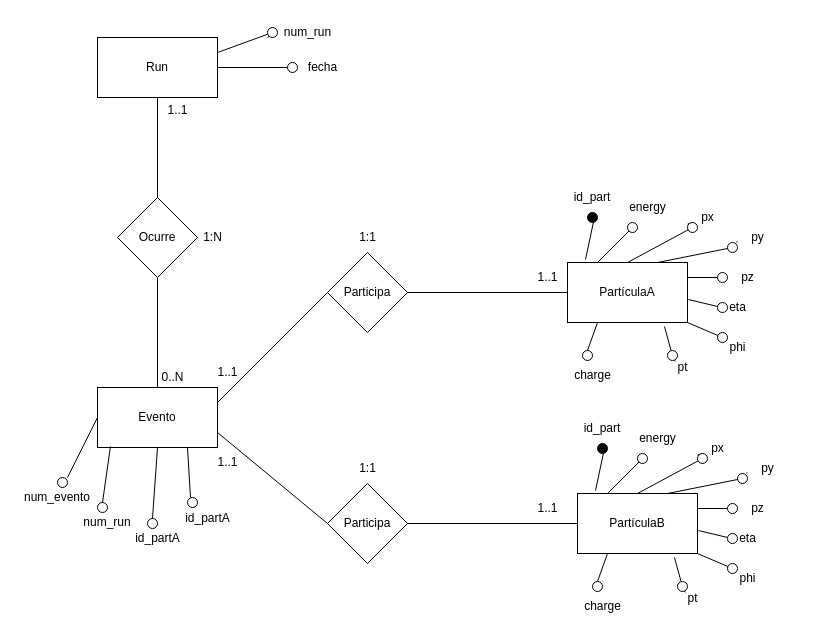
This is data/Modelo ER.drawio from ivanalonsom/Proyecto_Final_IronHack, a draw.io file, before an edit. Source tidied: cells renumbered, new cells numbered last; positions are measured from the earlier drawing's top-left corner, leaving out a move shared by most shapes. Both pictures are drawn from the tidied source at 100%, with x=0, y=0 at pixel (27, 17).
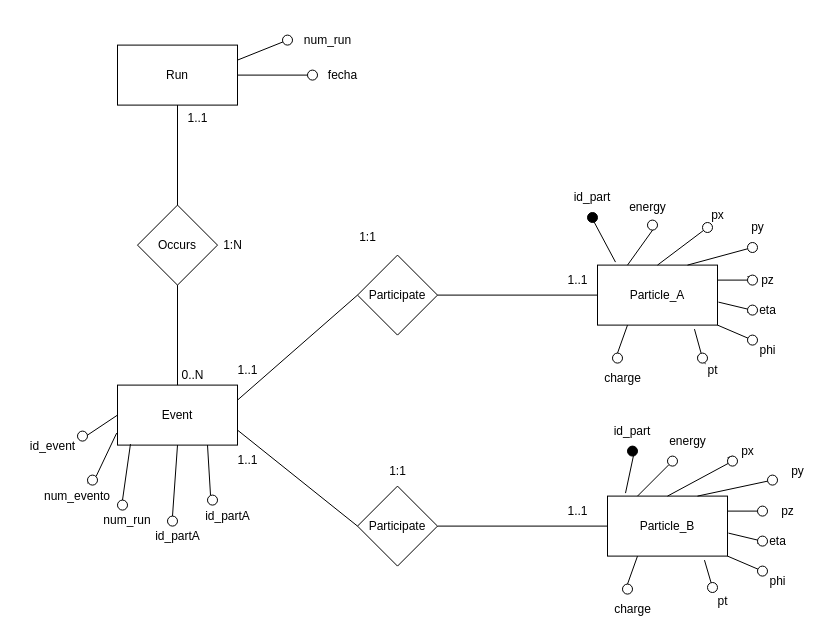
Above is the later version.

Change to the diagram source:
```diff
@@
     <mxCell id="2" value="Run" style="rounded=0;whiteSpace=wrap;html=1;" parent="1" vertex="1">
-      <mxGeometry x="70" y="20" width="120" height="60" as="geometry" />
+      <mxGeometry x="90" y="27.6" width="120" height="60" as="geometry" />
     </mxCell>
-    <mxCell id="3" value="Ocurre" style="rhombus;whiteSpace=wrap;html=1;" parent="1" vertex="1">
-      <mxGeometry x="90" y="180" width="80" height="80" as="geometry" />
+    <mxCell id="3" value="Occurs" style="rhombus;whiteSpace=wrap;html=1;" parent="1" vertex="1">
+      <mxGeometry x="110" y="187.6" width="80" height="80" as="geometry" />
     </mxCell>
-    <mxCell id="4" value="Evento" style="rounded=0;whiteSpace=wrap;html=1;" parent="1" vertex="1">
-      <mxGeometry x="70" y="370" width="120" height="60" as="geometry" />
+    <mxCell id="4" value="Event" style="rounded=0;whiteSpace=wrap;html=1;" parent="1" vertex="1">
+      <mxGeometry x="90" y="367.6" width="120" height="60" as="geometry" />
     </mxCell>
@@
-    <mxCell id="8" value="Participa" style="rhombus;whiteSpace=wrap;html=1;rotation=0;" parent="1" vertex="1">
-      <mxGeometry x="300" y="235" width="80" height="80" as="geometry" />
+    <mxCell id="8" value="Participate" style="rhombus;whiteSpace=wrap;html=1;rotation=0;" parent="1" vertex="1">
+      <mxGeometry x="330" y="237.6" width="80" height="80" as="geometry" />
     </mxCell>
@@
-    <mxCell id="10" value="Participa" style="rhombus;whiteSpace=wrap;html=1;rotation=0;" parent="1" vertex="1">
-      <mxGeometry x="300" y="466" width="80" height="80" as="geometry" />
+    <mxCell id="10" value="Participate" style="rhombus;whiteSpace=wrap;html=1;rotation=0;" parent="1" vertex="1">
+      <mxGeometry x="330" y="468.6" width="80" height="80" as="geometry" />
     </mxCell>
-    <mxCell id="11" value="PartículaA" style="rounded=0;whiteSpace=wrap;html=1;" parent="1" vertex="1">
-      <mxGeometry x="540" y="245" width="120" height="60" as="geometry" />
+    <mxCell id="11" value="Particle_A" style="rounded=0;whiteSpace=wrap;html=1;" parent="1" vertex="1">
+      <mxGeometry x="570" y="247.6" width="120" height="60" as="geometry" />
     </mxCell>
@@
     <mxCell id="14" value="0..N" style="text;html=1;align=center;verticalAlign=middle;strokeColor=none;fillColor=none;" parent="1" vertex="1">
-      <mxGeometry x="120" y="345" width="50" height="30" as="geometry" />
+      <mxGeometry x="140" y="342.6" width="50" height="30" as="geometry" />
     </mxCell>
     <mxCell id="15" value="1..1" style="text;html=1;align=center;verticalAlign=middle;strokeColor=none;fillColor=none;" parent="1" vertex="1">
-      <mxGeometry x="130" y="78" width="40" height="30" as="geometry" />
+      <mxGeometry x="150" y="85.6" width="40" height="30" as="geometry" />
     </mxCell>
     <mxCell id="16" value="1:N" style="text;html=1;align=center;verticalAlign=middle;strokeColor=none;fillColor=none;" parent="1" vertex="1">
-      <mxGeometry x="165" y="205" width="40" height="30" as="geometry" />
+      <mxGeometry x="185" y="212.6" width="40" height="30" as="geometry" />
     </mxCell>
     <mxCell id="17" value="1..1" style="text;html=1;align=center;verticalAlign=middle;strokeColor=none;fillColor=none;" parent="1" vertex="1">
-      <mxGeometry x="500" y="245" width="40" height="30" as="geometry" />
+      <mxGeometry x="530" y="247.6" width="40" height="30" as="geometry" />
     </mxCell>
     <mxCell id="18" value="1..1" style="text;html=1;align=center;verticalAlign=middle;strokeColor=none;fillColor=none;" parent="1" vertex="1">
-      <mxGeometry x="500" y="476" width="40" height="30" as="geometry" />
+      <mxGeometry x="530" y="478.6" width="40" height="30" as="geometry" />
     </mxCell>
     <mxCell id="19" value="1..1" style="text;html=1;align=center;verticalAlign=middle;strokeColor=none;fillColor=none;" parent="1" vertex="1">
-      <mxGeometry x="180" y="340" width="40" height="30" as="geometry" />
+      <mxGeometry x="200" y="337.6" width="40" height="30" as="geometry" />
     </mxCell>
     <mxCell id="20" value="1..1" style="text;html=1;align=center;verticalAlign=middle;strokeColor=none;fillColor=none;" parent="1" vertex="1">
-      <mxGeometry x="180" y="430" width="40" height="30" as="geometry" />
+      <mxGeometry x="200" y="427.6" width="40" height="30" as="geometry" />
     </mxCell>
@@
     <mxCell id="22" value="1:1" style="text;html=1;align=center;verticalAlign=middle;strokeColor=none;fillColor=none;" parent="1" vertex="1">
-      <mxGeometry x="320" y="436" width="40" height="30" as="geometry" />
+      <mxGeometry x="350" y="438.6" width="40" height="30" as="geometry" />
     </mxCell>
-    <mxCell id="23" style="endArrow=none;html=1;rounded=0;exitX=1;exitY=0.25;exitDx=0;exitDy=0;" parent="1" edge="1" source="27">
-      <mxGeometry relative="1" as="geometry">
-        <mxPoint x="240" y="20" as="targetPoint" />
-      </mxGeometry>
-    </mxCell>
     <mxCell id="24" value="num_run" style="text;html=1;align=center;verticalAlign=middle;strokeColor=none;fillColor=none;" parent="1" vertex="1">
-      <mxGeometry x="245" width="70" height="30" as="geometry" />
+      <mxGeometry x="265" y="7.6" width="70" height="30" as="geometry" />
     </mxCell>
     <mxCell id="25" style="ellipse;whiteSpace=wrap;html=1;" parent="1" vertex="1">
-      <mxGeometry x="30" y="460" width="10" height="10" as="geometry" />
+      <mxGeometry x="50" y="413.6" width="10" height="10" as="geometry" />
     </mxCell>
@@
     <mxCell id="27" style="ellipse;whiteSpace=wrap;html=1;fillColor=default;" parent="1" vertex="1">
-      <mxGeometry x="240" y="10" width="10" height="10" as="geometry" />
+      <mxGeometry x="255" y="17.6" width="10" height="10" as="geometry" />
     </mxCell>
     <mxCell id="28" style="endArrow=none;html=1;rounded=0;exitX=0;exitY=0.5;exitDx=0;exitDy=0;" parent="1" edge="1" source="4">
       <mxGeometry relative="1" as="geometry">
-        <mxPoint x="40" y="460" as="targetPoint" />
+        <mxPoint x="60" y="417.6" as="targetPoint" />
       </mxGeometry>
     </mxCell>
     <mxCell id="29" value="num_run" style="text;html=1;align=center;verticalAlign=middle;whiteSpace=wrap;rounded=0;" parent="1" vertex="1">
-      <mxGeometry x="50" y="490" width="60" height="30" as="geometry" />
+      <mxGeometry x="70" y="487.6" width="60" height="30" as="geometry" />
     </mxCell>
     <mxCell id="30" style="endArrow=none;html=1;rounded=0;exitX=1;exitY=0.5;exitDx=0;exitDy=0;" parent="1" edge="1" source="2">
       <mxGeometry relative="1" as="geometry">
-        <mxPoint x="260" y="50" as="targetPoint" />
+        <mxPoint x="280" y="57.6" as="targetPoint" />
       </mxGeometry>
     </mxCell>
     <mxCell id="31" style="ellipse;whiteSpace=wrap;html=1;fillColor=#FFFFFF;" parent="1" vertex="1">
-      <mxGeometry x="260" y="45" width="10" height="10" as="geometry" />
+      <mxGeometry x="280" y="52.6" width="10" height="10" as="geometry" />
     </mxCell>
     <mxCell id="32" value="fecha" style="text;html=1;align=center;verticalAlign=middle;strokeColor=none;fillColor=none;" parent="1" vertex="1">
-      <mxGeometry x="270" y="35" width="50" height="30" as="geometry" />
+      <mxGeometry x="290" y="42.6" width="50" height="30" as="geometry" />
     </mxCell>
@@
     <mxCell id="34" value="num_evento" style="text;html=1;align=center;verticalAlign=middle;whiteSpace=wrap;rounded=0;" parent="1" vertex="1">
-      <mxGeometry y="465" width="60" height="30" as="geometry" />
+      <mxGeometry x="20" y="463.6" width="60" height="30" as="geometry" />
     </mxCell>
     <mxCell id="35" style="ellipse;whiteSpace=wrap;html=1;fillColor=#FFFFFF;" parent="1" vertex="1">
-      <mxGeometry x="70" y="485" width="10" height="10" as="geometry" />
+      <mxGeometry x="90" y="482.6" width="10" height="10" as="geometry" />
     </mxCell>
@@
     <mxCell id="38" value="px" style="text;html=1;align=center;verticalAlign=middle;points=[];strokeColor=none;fillColor=none;" parent="1" vertex="1">
-      <mxGeometry x="660" y="185" width="40" height="30" as="geometry" />
+      <mxGeometry x="670" y="182.6" width="40" height="30" as="geometry" />
     </mxCell>
     <mxCell id="39" value="py" style="text;html=1;align=center;verticalAlign=middle;points=[];strokeColor=none;fillColor=none;" parent="1" vertex="1">
-      <mxGeometry x="710" y="205" width="40" height="30" as="geometry" />
+      <mxGeometry x="710" y="195" width="40" height="30" as="geometry" />
     </mxCell>
     <mxCell id="40" value="pz" style="text;html=1;align=center;verticalAlign=middle;points=[];strokeColor=none;fillColor=none;" parent="1" vertex="1">
-      <mxGeometry x="700" y="245" width="40" height="30" as="geometry" />
+      <mxGeometry x="720" y="247.6" width="40" height="30" as="geometry" />
     </mxCell>
     <mxCell id="41" value="pt" style="text;html=1;align=center;verticalAlign=middle;points=[];strokeColor=none;fillColor=none;" parent="1" vertex="1">
-      <mxGeometry x="640" y="335" width="30" height="30" as="geometry" />
+      <mxGeometry x="670" y="337.6" width="30" height="30" as="geometry" />
     </mxCell>
     <mxCell id="42" value="eta" style="text;html=1;align=center;verticalAlign=middle;points=[];strokeColor=none;fillColor=none;" parent="1" vertex="1">
-      <mxGeometry x="690" y="275" width="40" height="30" as="geometry" />
+      <mxGeometry x="720" y="277.6" width="40" height="30" as="geometry" />
     </mxCell>
     <mxCell id="43" value="phi" style="text;html=1;align=center;verticalAlign=middle;points=[];strokeColor=none;fillColor=none;" parent="1" vertex="1">
-      <mxGeometry x="690" y="315" width="40" height="30" as="geometry" />
+      <mxGeometry x="720" y="317.6" width="40" height="30" as="geometry" />
     </mxCell>
     <mxCell id="44" value="charge" style="text;html=1;align=center;verticalAlign=middle;strokeColor=none;fillColor=none;" parent="1" vertex="1">
-      <mxGeometry x="535" y="343" width="60" height="30" as="geometry" />
+      <mxGeometry x="565" y="345.6" width="60" height="30" as="geometry" />
     </mxCell>
@@
-    <mxCell id="46" style="endArrow=none;html=1;rounded=0;exitX=0.5;exitY=0;exitDx=0;exitDy=0;" parent="1" edge="1" source="58" target="38">
-      <mxGeometry relative="1" as="geometry" />
-    </mxCell>
@@
-    <mxCell id="55" style="endArrow=none;html=1;rounded=0;exitX=0.25;exitY=0;exitDx=0;exitDy=0;" parent="1" edge="1" source="11" target="56">
+    <mxCell id="55" style="endArrow=none;html=1;rounded=0;exitX=0.25;exitY=0;exitDx=0;exitDy=0;entryX=0.608;entryY=0.862;entryDx=0;entryDy=0;entryPerimeter=0;" parent="1" edge="1" source="11" target="56">
       <mxGeometry relative="1" as="geometry" />
     </mxCell>
     <mxCell id="56" style="ellipse;whiteSpace=wrap;html=1;fillColor=#FFFFFF;" parent="1" vertex="1">
-      <mxGeometry x="600" y="205" width="10" height="10" as="geometry" />
+      <mxGeometry x="620" y="202.6" width="10" height="10" as="geometry" />
     </mxCell>
-    <mxCell id="57" style="endArrow=none;html=1;rounded=0;exitX=0.5;exitY=0;exitDx=0;exitDy=0;" parent="1" edge="1" source="11" target="58">
-      <mxGeometry relative="1" as="geometry" />
-    </mxCell>
-    <mxCell id="58" style="ellipse;whiteSpace=wrap;html=1;fillColor=#FFFFFF;" parent="1" vertex="1">
-      <mxGeometry x="660" y="205" width="10" height="10" as="geometry" />
-    </mxCell>
-    <mxCell id="59" style="endArrow=none;html=1;rounded=0;entryX=0.883;entryY=-0.05;entryDx=0;entryDy=0;entryPerimeter=0;" parent="1" edge="1" source="39" target="60">
-      <mxGeometry relative="1" as="geometry" />
-    </mxCell>
     <mxCell id="60" style="ellipse;whiteSpace=wrap;html=1;fillColor=#FFFFFF;" parent="1" vertex="1">
-      <mxGeometry x="700" y="225" width="10" height="10" as="geometry" />
+      <mxGeometry x="720" y="225" width="10" height="10" as="geometry" />
     </mxCell>
@@
     <mxCell id="62" style="ellipse;whiteSpace=wrap;html=1;fillColor=#FFFFFF;" parent="1" vertex="1">
-      <mxGeometry x="690" y="255" width="10" height="10" as="geometry" />
+      <mxGeometry x="720" y="257.6" width="10" height="10" as="geometry" />
     </mxCell>
@@
     <mxCell id="64" style="ellipse;whiteSpace=wrap;html=1;fillColor=#FFFFFF;" parent="1" vertex="1">
-      <mxGeometry x="690" y="285" width="10" height="10" as="geometry" />
+      <mxGeometry x="720" y="287.6" width="10" height="10" as="geometry" />
     </mxCell>
@@
     <mxCell id="66" style="ellipse;whiteSpace=wrap;html=1;fillColor=#FFFFFF;" parent="1" vertex="1">
-      <mxGeometry x="690" y="315" width="10" height="10" as="geometry" />
+      <mxGeometry x="720" y="317.6" width="10" height="10" as="geometry" />
     </mxCell>
@@
     <mxCell id="68" style="ellipse;whiteSpace=wrap;html=1;fillColor=#FFFFFF;" parent="1" vertex="1">
-      <mxGeometry x="640" y="333" width="10" height="10" as="geometry" />
+      <mxGeometry x="670" y="335.6" width="10" height="10" as="geometry" />
     </mxCell>
     <mxCell id="69" style="ellipse;whiteSpace=wrap;html=1;fillColor=#FFFFFF;" parent="1" vertex="1">
-      <mxGeometry x="555" y="333" width="10" height="10" as="geometry" />
+      <mxGeometry x="585" y="335.6" width="10" height="10" as="geometry" />
     </mxCell>
-    <mxCell id="70" value="PartículaB" style="rounded=0;whiteSpace=wrap;html=1;" parent="1" vertex="1">
-      <mxGeometry x="550" y="476" width="120" height="60" as="geometry" />
+    <mxCell id="70" value="Particle_B" style="rounded=0;whiteSpace=wrap;html=1;" parent="1" vertex="1">
+      <mxGeometry x="580" y="478.6" width="120" height="60" as="geometry" />
     </mxCell>
     <mxCell id="71" value="id_part" style="text;html=1;align=center;verticalAlign=middle;whiteSpace=wrap;rounded=0;" parent="1" vertex="1">
-      <mxGeometry x="545" y="396" width="60" height="30" as="geometry" />
+      <mxGeometry x="575" y="398.6" width="60" height="30" as="geometry" />
     </mxCell>
     <mxCell id="72" value="energy" style="text;html=1;align=center;verticalAlign=middle;points=[];strokeColor=none;fillColor=none;" parent="1" vertex="1">
-      <mxGeometry x="600" y="406" width="60" height="30" as="geometry" />
+      <mxGeometry x="630" y="408.6" width="60" height="30" as="geometry" />
     </mxCell>
     <mxCell id="73" value="px" style="text;html=1;align=center;verticalAlign=middle;points=[];strokeColor=none;fillColor=none;" parent="1" vertex="1">
-      <mxGeometry x="670" y="416" width="40" height="30" as="geometry" />
+      <mxGeometry x="700" y="418.6" width="40" height="30" as="geometry" />
     </mxCell>
     <mxCell id="74" value="py" style="text;html=1;align=center;verticalAlign=middle;points=[];strokeColor=none;fillColor=none;" parent="1" vertex="1">
-      <mxGeometry x="720" y="436" width="40" height="30" as="geometry" />
+      <mxGeometry x="750" y="438.6" width="40" height="30" as="geometry" />
     </mxCell>
     <mxCell id="75" value="pz" style="text;html=1;align=center;verticalAlign=middle;points=[];strokeColor=none;fillColor=none;" parent="1" vertex="1">
-      <mxGeometry x="710" y="476" width="40" height="30" as="geometry" />
+      <mxGeometry x="740" y="478.6" width="40" height="30" as="geometry" />
     </mxCell>
     <mxCell id="76" value="pt" style="text;html=1;align=center;verticalAlign=middle;points=[];strokeColor=none;fillColor=none;" parent="1" vertex="1">
-      <mxGeometry x="650" y="566" width="30" height="30" as="geometry" />
+      <mxGeometry x="680" y="568.6" width="30" height="30" as="geometry" />
     </mxCell>
     <mxCell id="77" value="eta" style="text;html=1;align=center;verticalAlign=middle;points=[];strokeColor=none;fillColor=none;" parent="1" vertex="1">
-      <mxGeometry x="700" y="506" width="40" height="30" as="geometry" />
+      <mxGeometry x="730" y="508.6" width="40" height="30" as="geometry" />
     </mxCell>
     <mxCell id="78" value="phi" style="text;html=1;align=center;verticalAlign=middle;points=[];strokeColor=none;fillColor=none;" parent="1" vertex="1">
-      <mxGeometry x="700" y="546" width="40" height="30" as="geometry" />
+      <mxGeometry x="730" y="548.6" width="40" height="30" as="geometry" />
     </mxCell>
     <mxCell id="79" value="charge" style="text;html=1;align=center;verticalAlign=middle;strokeColor=none;fillColor=none;" parent="1" vertex="1">
-      <mxGeometry x="545" y="574" width="60" height="30" as="geometry" />
+      <mxGeometry x="575" y="576.6" width="60" height="30" as="geometry" />
     </mxCell>
@@
-    <mxCell id="86" style="endArrow=none;html=1;rounded=0;exitX=0.808;exitY=1.067;exitDx=0;exitDy=0;exitPerimeter=0;" parent="1" edge="1" source="103" target="76">
-      <mxGeometry relative="1" as="geometry" />
-    </mxCell>
@@
     <mxCell id="89" style="ellipse;whiteSpace=wrap;html=1;fillColor=#000000;" parent="1" vertex="1">
-      <mxGeometry x="570" y="426" width="10" height="10" as="geometry" />
+      <mxGeometry x="600" y="428.6" width="10" height="10" as="geometry" />
     </mxCell>
@@
     <mxCell id="91" style="ellipse;whiteSpace=wrap;html=1;fillColor=#FFFFFF;" parent="1" vertex="1">
-      <mxGeometry x="610" y="436" width="10" height="10" as="geometry" />
+      <mxGeometry x="640" y="438.6" width="10" height="10" as="geometry" />
     </mxCell>
@@
     <mxCell id="93" style="ellipse;whiteSpace=wrap;html=1;fillColor=#FFFFFF;" parent="1" vertex="1">
-      <mxGeometry x="670" y="436" width="10" height="10" as="geometry" />
+      <mxGeometry x="700" y="438.6" width="10" height="10" as="geometry" />
     </mxCell>
-    <mxCell id="94" style="endArrow=none;html=1;rounded=0;entryX=0.883;entryY=-0.05;entryDx=0;entryDy=0;entryPerimeter=0;" parent="1" edge="1" source="74" target="95">
-      <mxGeometry relative="1" as="geometry" />
-    </mxCell>
     <mxCell id="95" style="ellipse;whiteSpace=wrap;html=1;fillColor=#FFFFFF;" parent="1" vertex="1">
-      <mxGeometry x="710" y="456" width="10" height="10" as="geometry" />
+      <mxGeometry x="740" y="457.6" width="10" height="10" as="geometry" />
     </mxCell>
@@
     <mxCell id="97" style="ellipse;whiteSpace=wrap;html=1;fillColor=#FFFFFF;" parent="1" vertex="1">
-      <mxGeometry x="700" y="486" width="10" height="10" as="geometry" />
+      <mxGeometry x="730" y="488.6" width="10" height="10" as="geometry" />
     </mxCell>
@@
     <mxCell id="99" style="ellipse;whiteSpace=wrap;html=1;fillColor=#FFFFFF;" parent="1" vertex="1">
-      <mxGeometry x="700" y="516" width="10" height="10" as="geometry" />
+      <mxGeometry x="730" y="518.6" width="10" height="10" as="geometry" />
     </mxCell>
@@
     <mxCell id="101" style="ellipse;whiteSpace=wrap;html=1;fillColor=#FFFFFF;" parent="1" vertex="1">
-      <mxGeometry x="700" y="546" width="10" height="10" as="geometry" />
+      <mxGeometry x="730" y="548.6" width="10" height="10" as="geometry" />
     </mxCell>
@@
     <mxCell id="103" style="ellipse;whiteSpace=wrap;html=1;fillColor=#FFFFFF;" parent="1" vertex="1">
-      <mxGeometry x="650" y="564" width="10" height="10" as="geometry" />
+      <mxGeometry x="680" y="565" width="10" height="10" as="geometry" />
     </mxCell>
     <mxCell id="104" style="ellipse;whiteSpace=wrap;html=1;fillColor=#FFFFFF;" parent="1" vertex="1">
-      <mxGeometry x="565" y="564" width="10" height="10" as="geometry" />
+      <mxGeometry x="595" y="566.6" width="10" height="10" as="geometry" />
     </mxCell>
@@
     <mxCell id="106" value="id_partA" style="text;html=1;align=center;verticalAlign=middle;strokeColor=none;fillColor=none;" parent="1" vertex="1">
-      <mxGeometry x="95" y="506" width="70" height="30" as="geometry" />
+      <mxGeometry x="115" y="503.6" width="70" height="30" as="geometry" />
     </mxCell>
     <mxCell id="107" style="ellipse;whiteSpace=wrap;html=1;fillColor=#FFFFFF;" parent="1" vertex="1">
-      <mxGeometry x="120" y="501" width="10" height="10" as="geometry" />
+      <mxGeometry x="140" y="498.6" width="10" height="10" as="geometry" />
     </mxCell>
     <mxCell id="108" value="id_partA" style="text;html=1;align=center;verticalAlign=middle;points=[];strokeColor=none;fillColor=none;" parent="1" vertex="1">
-      <mxGeometry x="145" y="486" width="70" height="30" as="geometry" />
+      <mxGeometry x="165" y="483.6" width="70" height="30" as="geometry" />
     </mxCell>
@@
     <mxCell id="111" style="ellipse;whiteSpace=wrap;html=1;fillColor=#FFFFFF;" parent="1" vertex="1">
-      <mxGeometry x="160" y="480" width="10" height="10" as="geometry" />
+      <mxGeometry x="180" y="477.6" width="10" height="10" as="geometry" />
     </mxCell>
+    <mxCell id="112" style="endArrow=none;html=1;rounded=0;exitX=-0.007;exitY=0.8;exitDx=0;exitDy=0;exitPerimeter=0;entryX=0.707;entryY=0.04;entryDx=0;entryDy=0;entryPerimeter=0;" parent="1" edge="1" source="114" target="34">
+      <mxGeometry relative="1" as="geometry" />
+    </mxCell>
+    <mxCell id="113" style="endArrow=none;html=1;rounded=0;exitX=-0.007;exitY=0.8;exitDx=0;exitDy=0;exitPerimeter=0;entryX=1;entryY=0;entryDx=0;entryDy=0;" parent="1" edge="1" source="4" target="114">
+      <mxGeometry relative="1" as="geometry" />
+    </mxCell>
+    <mxCell id="114" style="ellipse;whiteSpace=wrap;html=1;fillColor=#FFFFFF;" parent="1" vertex="1">
+      <mxGeometry x="60" y="457.6" width="10" height="10" as="geometry" />
+    </mxCell>
+    <mxCell id="115" value="id_event" style="text;html=1;align=center;verticalAlign=middle;strokeColor=none;fillColor=none;" parent="1" vertex="1">
+      <mxGeometry x="-10" y="413.6" width="70" height="30" as="geometry" />
+    </mxCell>
+    <mxCell id="57" style="endArrow=none;html=1;rounded=0;exitX=0.5;exitY=0;exitDx=0;exitDy=0;" parent="1" edge="1" source="11" target="58">
+      <mxGeometry relative="1" as="geometry" />
+    </mxCell>
+    <mxCell id="58" style="ellipse;whiteSpace=wrap;html=1;fillColor=#FFFFFF;" parent="1" vertex="1">
+      <mxGeometry x="675" y="205" width="10" height="10" as="geometry" />
+    </mxCell>
```
